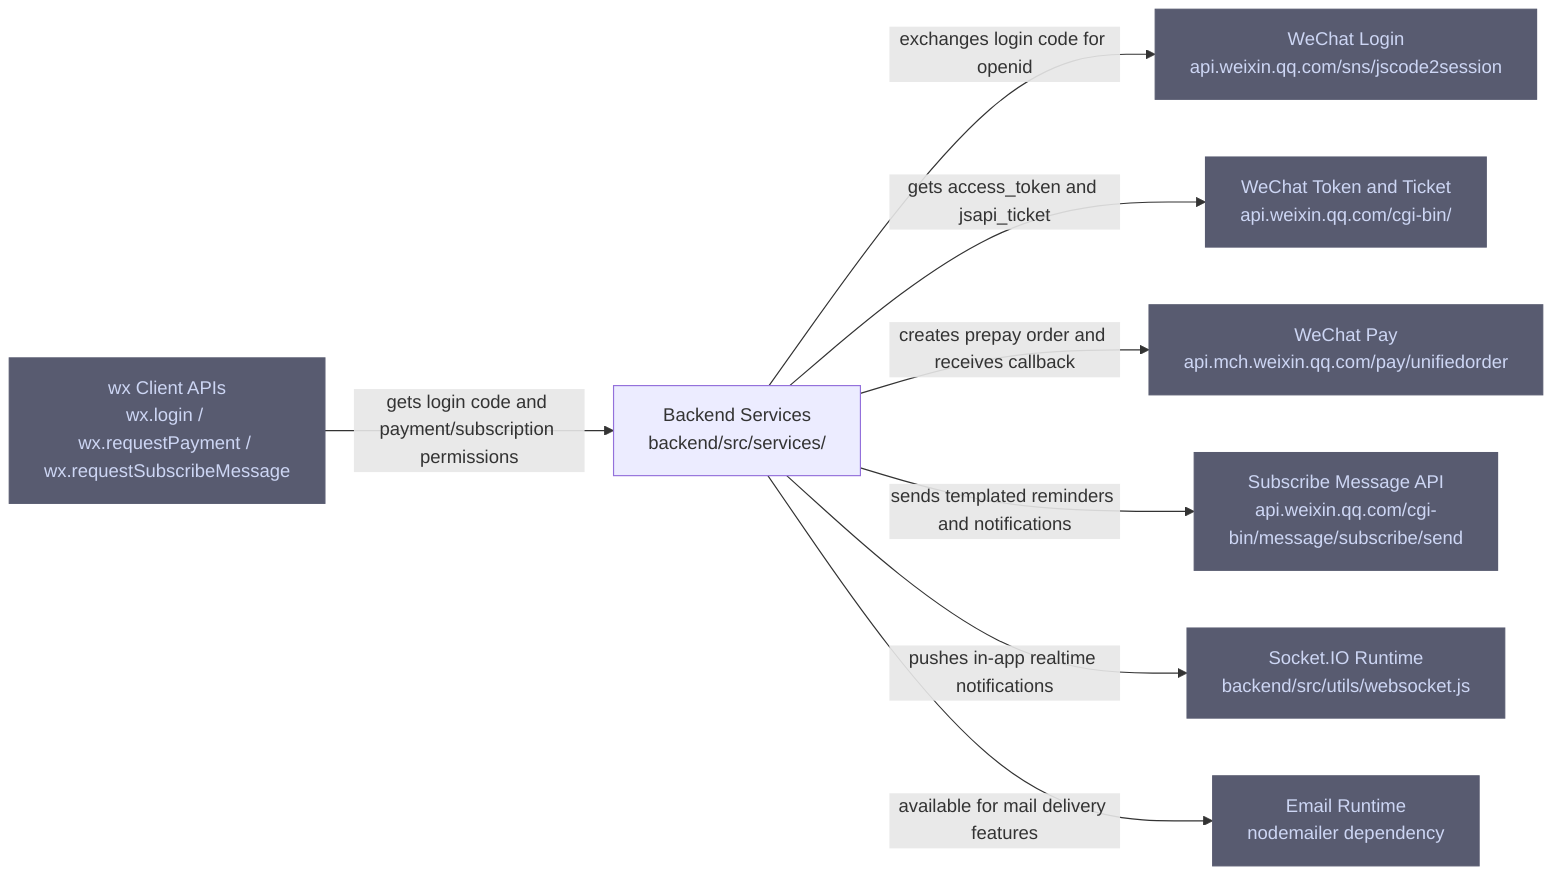
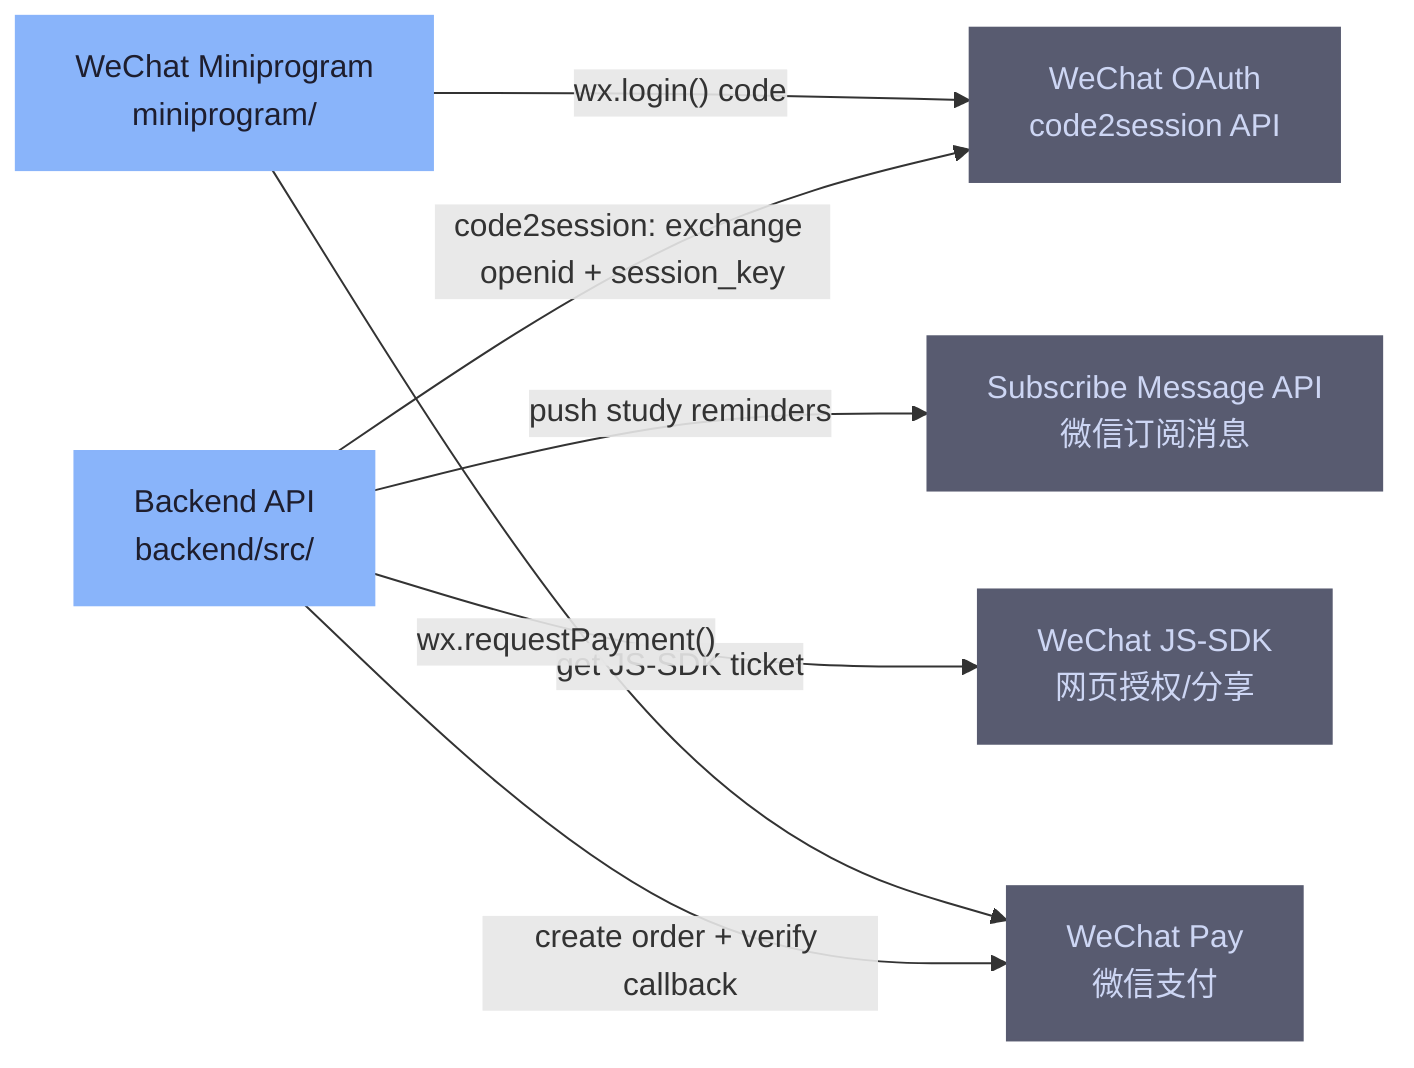
graph LR
-     backend-services["Backend Services\nbackend/src/services/"]
-     wechat-login-api["WeChat Login\napi.weixin.qq.com/sns/jscode2session"]
-     wechat-token-api["WeChat Token and Ticket\napi.weixin.qq.com/cgi-bin/"]
-     wechat-pay-api["WeChat Pay\napi.mch.weixin.qq.com/pay/unifiedorder"]
-     subscribe-api["Subscribe Message API\napi.weixin.qq.com/cgi-bin/message/subscribe/send"]
-     miniprogram-wx["wx Client APIs\nwx.login / wx.requestPayment / wx.requestSubscribeMessage"]
-     socketio-runtime["Socket.IO Runtime\nbackend/src/utils/websocket.js"]
-     email-runtime["Email Runtime\nnodemailer dependency"]
+     backend["Backend API\nbackend/src/"]
+     miniprogram["WeChat Miniprogram\nminiprogram/"]

-     miniprogram-wx -->|"gets login code and payment/subscription permissions"| backend-services
-     backend-services -->|"exchanges login code for openid"| wechat-login-api
-     backend-services -->|"gets access_token and jsapi_ticket"| wechat-token-api
-     backend-services -->|"creates prepay order and receives callback"| wechat-pay-api
-     backend-services -->|"sends templated reminders and notifications"| subscribe-api
-     backend-services -->|"pushes in-app realtime notifications"| socketio-runtime
-     backend-services -->|"available for mail delivery features"| email-runtime
+     wx-login["WeChat OAuth\ncode2session API"]
+     wx-subscribe["Subscribe Message API\n微信订阅消息"]
+     wx-jssdk["WeChat JS-SDK\n网页授权/分享"]
+     wx-payment["WeChat Pay\n微信支付"]

    classDef external fill:#585b70,stroke:#585b70,color:#cdd6f4
-     class wechat-login-api,wechat-token-api,wechat-pay-api,subscribe-api,miniprogram-wx,socketio-runtime,email-runtime external
+     classDef entry fill:#89b4fa,stroke:#89b4fa,color:#1e1e2e
+     class wx-login,wx-subscribe,wx-jssdk,wx-payment external
+     class backend,miniprogram entry
+ 
+     miniprogram -->|"wx.login() code"| wx-login
+     backend -->|"code2session: exchange openid + session_key"| wx-login
+     backend -->|"push study reminders"| wx-subscribe
+     backend -->|"get JS-SDK ticket"| wx-jssdk
+     miniprogram -->|"wx.requestPayment()"| wx-payment
+     backend -->|"create order + verify callback"| wx-payment
